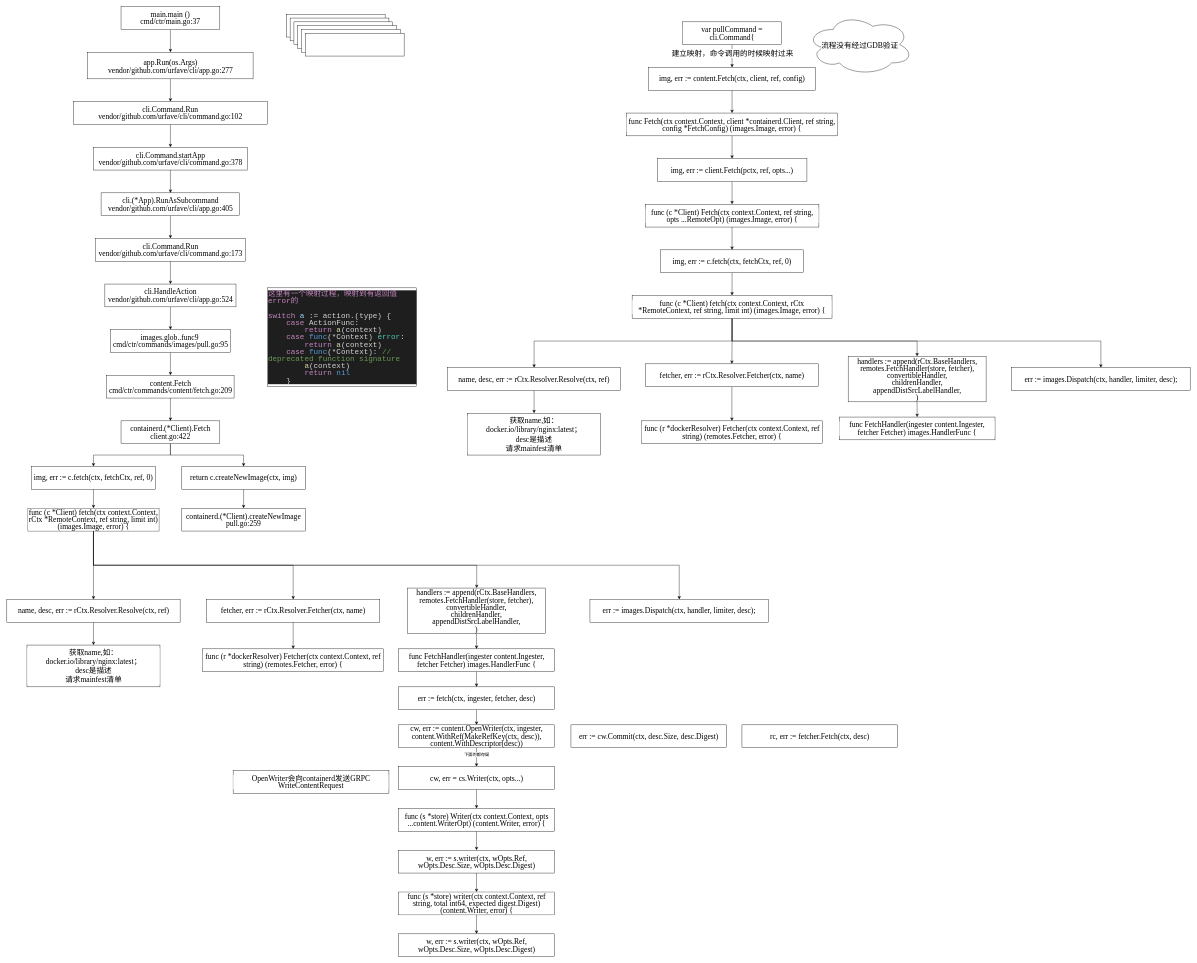
CongMinYin/flow keeps this draw.io diagram as page "containerd" (1 of 4) of Ceph Librbd PWL .drawio. Above is the earlier version. Source tidied: cells renumbered, new cells numbered last; positions are measured from the earlier drawing's top-left corner, leaving out a move shared by most shapes. Both pictures are drawn from the tidied source at 38%, with x=0, y=0 at pixel (7, 6).
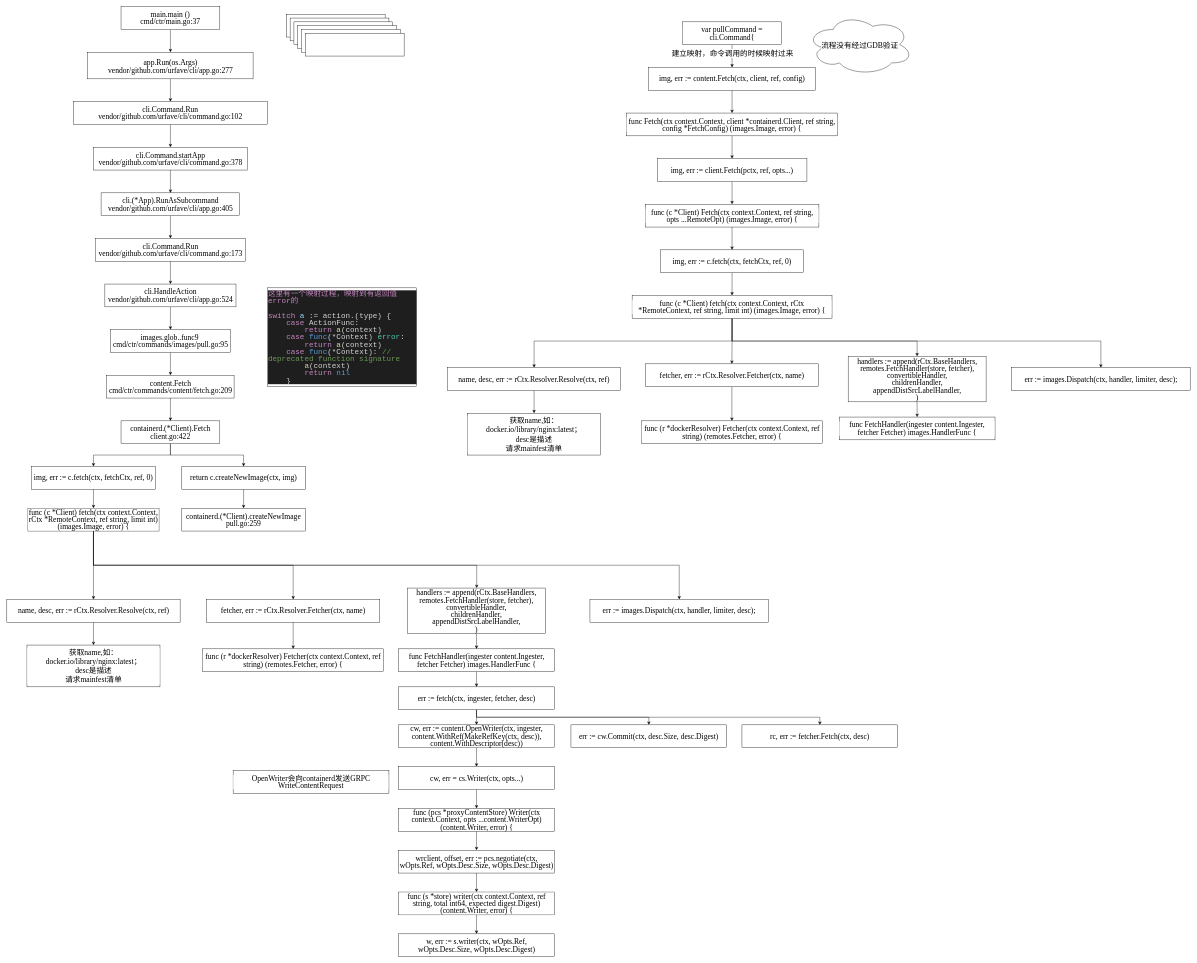
The same page after the edit.

The change refers to these unchanged cells:
```xml
<mxCell id="71" value="&lt;div style=&quot;line-height: 19px;&quot;&gt;err := fetch(ctx, ingester, fetcher, desc)&lt;br&gt;&lt;/div&gt;" style="rounded=0;whiteSpace=wrap;html=1;labelBackgroundColor=default;fontColor=#000000;fontFamily=Times New Roman;fontSize=20;" parent="1" vertex="1">
  <mxGeometry x="1030.5" y="1790" width="410" height="60" as="geometry" />
</mxCell>
<mxCell id="72" style="edgeStyle=orthogonalEdgeStyle;rounded=0;jettySize=auto;html=1;exitX=0.5;exitY=1;exitDx=0;exitDy=0;" parent="1" edge="1" source="74" target="77">
  <mxGeometry relative="1" as="geometry" />
</mxCell>
<mxCell id="95" value="&lt;div style=&quot;line-height: 19px;&quot;&gt;err := cw.Commit(ctx, desc.Size, desc.Digest)&lt;br&gt;&lt;/div&gt;" style="rounded=0;whiteSpace=wrap;html=1;labelBackgroundColor=default;fontColor=#000000;fontFamily=Times New Roman;fontSize=20;" parent="1" vertex="1">
  <mxGeometry x="1484" y="1890" width="410" height="60" as="geometry" />
</mxCell>
<mxCell id="96" value="&lt;div style=&quot;line-height: 19px;&quot;&gt;rc, err := fetcher.Fetch(ctx, desc)&lt;br&gt;&lt;/div&gt;" style="rounded=0;whiteSpace=wrap;html=1;labelBackgroundColor=default;fontColor=#000000;fontFamily=Times New Roman;fontSize=20;" parent="1" vertex="1">
  <mxGeometry x="1934" y="1890" width="410" height="60" as="geometry" />
</mxCell>
```

What changed in the source:
```diff
@@
+    <mxCell id="97" style="edgeStyle=orthogonalEdgeStyle;rounded=0;jettySize=auto;html=1;exitX=0.5;exitY=1;exitDx=0;exitDy=0;" parent="1" edge="1" source="71" target="95">
+      <mxGeometry relative="1" as="geometry" />
+    </mxCell>
+    <mxCell id="98" style="edgeStyle=orthogonalEdgeStyle;rounded=0;jettySize=auto;html=1;exitX=0.5;exitY=1;exitDx=0;exitDy=0;" parent="1" edge="1" source="71" target="96">
+      <mxGeometry relative="1" as="geometry" />
+    </mxCell>
@@
-    <mxCell id="73" value="下面的都存疑" style="edgeLabel;html=1;align=center;verticalAlign=middle;" parent="72" vertex="1">
-      <mxGeometry x="-0.29" relative="1" as="geometry" />
-    </mxCell>
@@
-    <mxCell id="79" value="&lt;div style=&quot;line-height: 19px;&quot;&gt;func (s *store) Writer(ctx context.Context, opts ...content.WriterOpt) (content.Writer, error) {&lt;br&gt;&lt;/div&gt;" style="rounded=0;whiteSpace=wrap;html=1;labelBackgroundColor=default;fontColor=#000000;fontFamily=Times New Roman;fontSize=20;" parent="1" vertex="1">
+    <mxCell id="79" value="&lt;div style=&quot;line-height: 19px;&quot;&gt;func (pcs *proxyContentStore) Writer(ctx context.Context, opts ...content.WriterOpt) (content.Writer, error) {&lt;br&gt;&lt;/div&gt;" style="rounded=0;whiteSpace=wrap;html=1;labelBackgroundColor=default;fontColor=#000000;fontFamily=Times New Roman;fontSize=20;" parent="1" vertex="1">
       <mxGeometry x="1030.5" y="2110" width="410" height="60" as="geometry" />
     </mxCell>
@@
-    <mxCell id="83" value="&lt;div style=&quot;line-height: 19px;&quot;&gt;w, err := s.writer(ctx, wOpts.Ref, wOpts.Desc.Size, wOpts.Desc.Digest)&lt;br&gt;&lt;/div&gt;" style="rounded=0;whiteSpace=wrap;html=1;labelBackgroundColor=default;fontColor=#000000;fontFamily=Times New Roman;fontSize=20;" parent="1" vertex="1">
+    <mxCell id="83" value="&lt;div style=&quot;line-height: 19px;&quot;&gt;wrclient, offset, err := pcs.negotiate(ctx, wOpts.Ref, wOpts.Desc.Size, wOpts.Desc.Digest)&lt;br&gt;&lt;/div&gt;" style="rounded=0;whiteSpace=wrap;html=1;labelBackgroundColor=default;fontColor=#000000;fontFamily=Times New Roman;fontSize=20;" parent="1" vertex="1">
       <mxGeometry x="1030.5" y="2220" width="410" height="60" as="geometry" />
     </mxCell>
```
